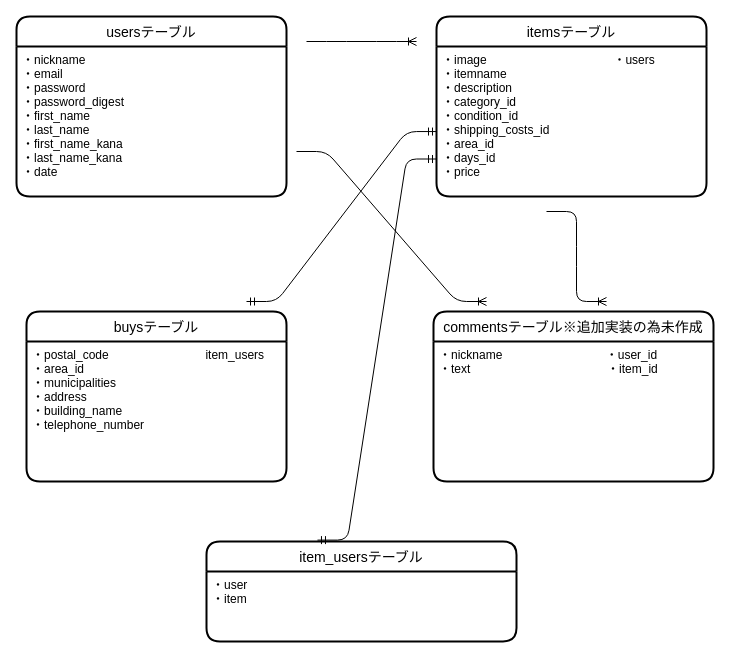
ayumi201604/furima-35492 keeps this draw.io diagram as app/er.dio. Above is the earlier version. Source tidied: cells renumbered, new cells numbered last; positions are measured from the earlier drawing's top-left corner, leaving out a move shared by most shapes. Both pictures are drawn from the tidied source at 100%, with x=0, y=0 at pixel (16, 16).
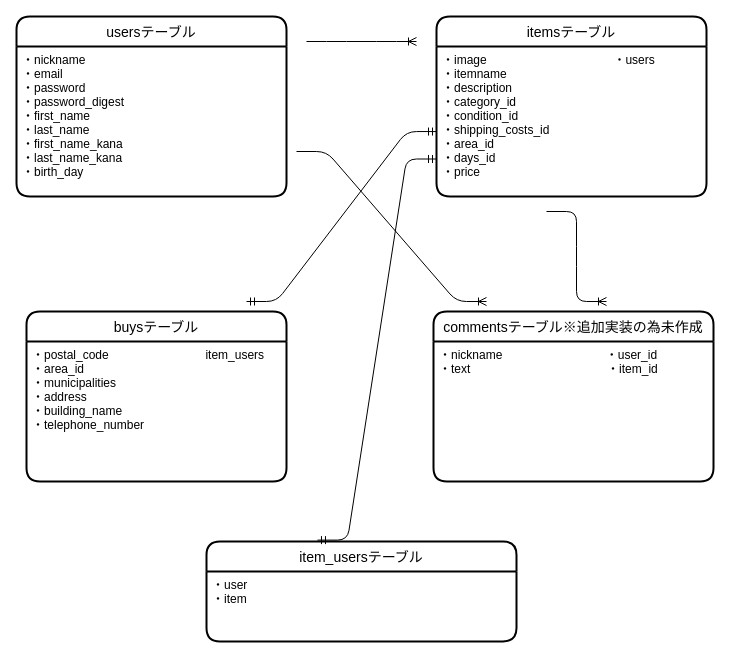
The same diagram, later.

Unchanged cells that the change refers to:
```xml
<mxCell id="2" value="usersテーブル" style="swimlane;horizontal=1;startSize=30;rounded=1;fontSize=14;fontStyle=0;strokeWidth=2;shadow=0;dashed=0;align=center;" parent="1" vertex="1">
  <mxGeometry width="270" height="180" as="geometry" />
</mxCell>
```

The edit, as a diff of the source:
```diff
@@
-    <mxCell id="3" value="・nickname&#10;・email&#10;・password&#10;・password_digest&#10;・first_name&#10;・last_name&#10;・first_name_kana&#10;・last_name_kana&#10;・date" style="align=left;strokeColor=none;fillColor=none;spacingLeft=4;fontSize=12;verticalAlign=top;" parent="2" vertex="1">
+    <mxCell id="3" value="・nickname&#10;・email&#10;・password&#10;・password_digest&#10;・first_name&#10;・last_name&#10;・first_name_kana&#10;・last_name_kana&#10;・birth_day" style="align=left;strokeColor=none;fillColor=none;spacingLeft=4;fontSize=12;verticalAlign=top;" parent="2" vertex="1">
       <mxGeometry y="30" width="270" height="150" as="geometry" />
     </mxCell>
```
